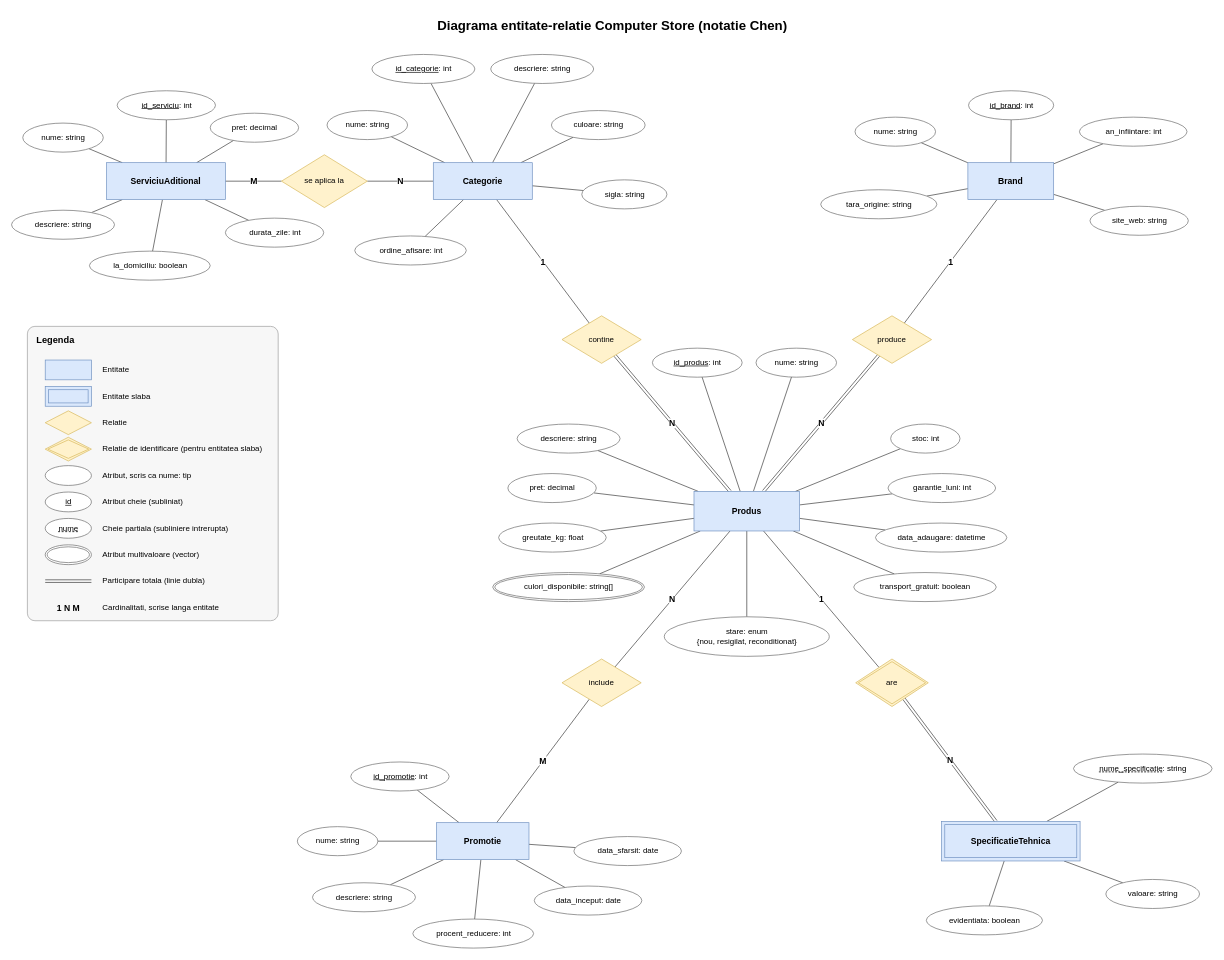
Earlier version of the draw.io diagram docs/diagrama_bd.drawio (antonio-grosu/computer-store-ecommerce). Source tidied: cells renumbered, new cells numbered last; positions are measured from the earlier drawing's top-left corner, leaving out a move shared by most shapes. Both pictures are drawn from the tidied source at 66%, with x=0, y=0 at pixel (11, 11).
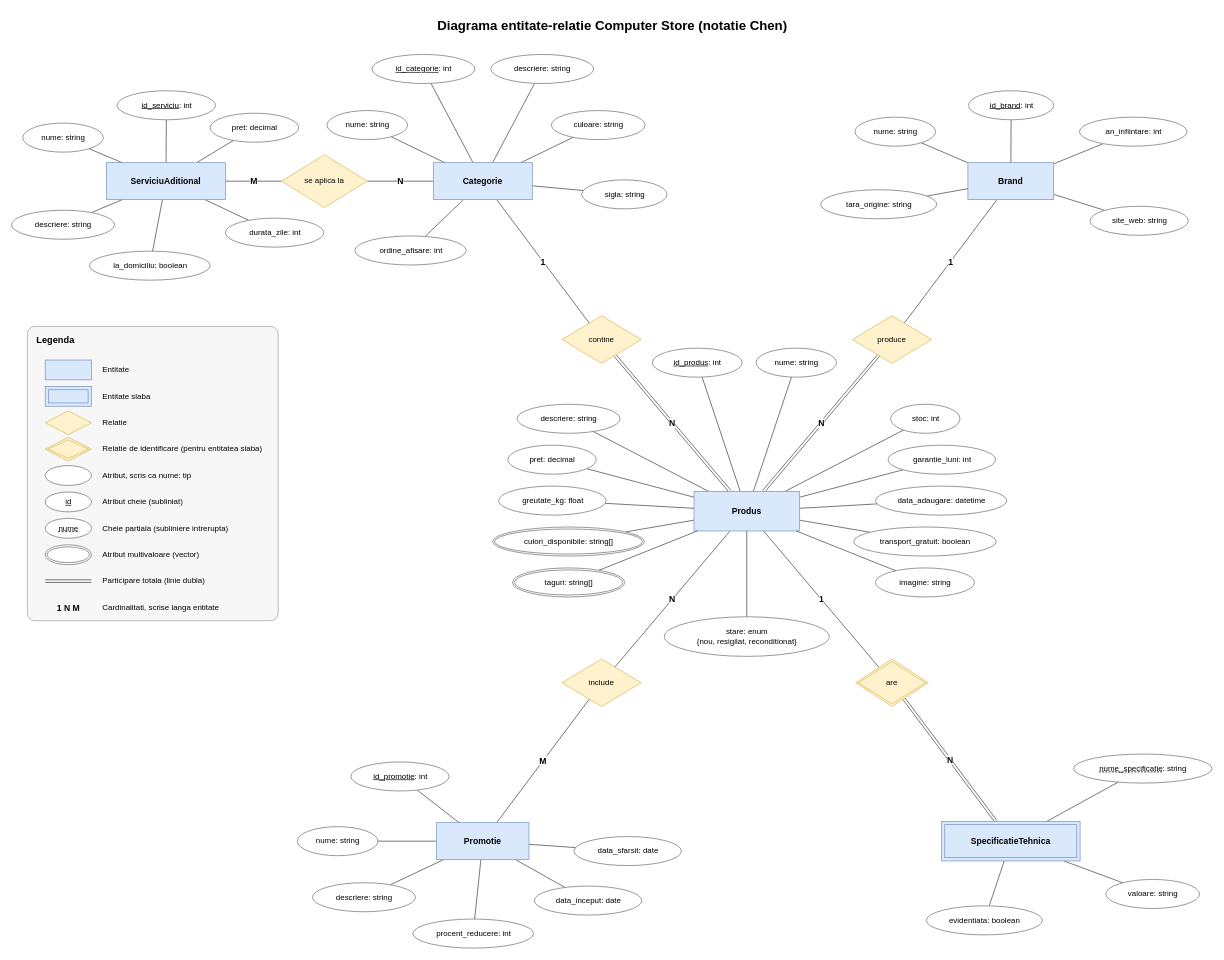
The same diagram, later.

Unchanged cells that the change refers to:
```xml
<mxCell id="54" value="Produs" style="rounded=0;whiteSpace=wrap;html=1;fontSize=12;fontFamily=Helvetica;fontStyle=1;fontSize=13;fillColor=#dae8fc;strokeColor=#6c8ebf;" parent="1" vertex="1">
  <mxGeometry x="1034" y="727" width="160" height="60" as="geometry" />
</mxCell>
```

Change to the diagram source:
```diff
@@
     <mxCell id="64" value="descriere: string" style="ellipse;html=1;fontSize=12;fontFamily=Helvetica;fillColor=#ffffff;strokeColor=#666666;" parent="1" vertex="1">
-      <mxGeometry x="766" y="625" width="156" height="44" as="geometry" />
+      <mxGeometry x="766" y="595" width="156" height="44" as="geometry" />
     </mxCell>
     <mxCell id="65" value="pret: decimal" style="ellipse;html=1;fontSize=12;fontFamily=Helvetica;fillColor=#ffffff;strokeColor=#666666;" parent="1" vertex="1">
-      <mxGeometry x="752" y="700" width="134" height="44" as="geometry" />
+      <mxGeometry x="752" y="657" width="134" height="44" as="geometry" />
     </mxCell>
     <mxCell id="66" value="greutate_kg: float" style="ellipse;html=1;fontSize=12;fontFamily=Helvetica;fillColor=#ffffff;strokeColor=#666666;" parent="1" vertex="1">
-      <mxGeometry x="738" y="775" width="163" height="44" as="geometry" />
+      <mxGeometry x="738" y="719" width="163" height="44" as="geometry" />
     </mxCell>
     <mxCell id="67" value="culori_disponibile: string[]" style="ellipse;shape=doubleEllipse;margin=3;html=1;fontSize=12;fontFamily=Helvetica;fillColor=#ffffff;strokeColor=#666666;" parent="1" vertex="1">
-      <mxGeometry x="729" y="850" width="230" height="44" as="geometry" />
+      <mxGeometry x="729" y="781" width="230" height="44" as="geometry" />
     </mxCell>
     <mxCell id="68" value="stoc: int" style="ellipse;html=1;fontSize=12;fontFamily=Helvetica;fillColor=#ffffff;strokeColor=#666666;" parent="1" vertex="1">
-      <mxGeometry x="1332" y="625" width="105" height="44" as="geometry" />
+      <mxGeometry x="1332" y="595" width="105" height="44" as="geometry" />
     </mxCell>
     <mxCell id="69" value="garantie_luni: int" style="ellipse;html=1;fontSize=12;fontFamily=Helvetica;fillColor=#ffffff;strokeColor=#666666;" parent="1" vertex="1">
-      <mxGeometry x="1328" y="700" width="163" height="44" as="geometry" />
+      <mxGeometry x="1328" y="657" width="163" height="44" as="geometry" />
     </mxCell>
     <mxCell id="70" value="data_adaugare: datetime" style="ellipse;html=1;fontSize=12;fontFamily=Helvetica;fillColor=#ffffff;strokeColor=#666666;" parent="1" vertex="1">
-      <mxGeometry x="1309" y="775" width="199" height="44" as="geometry" />
+      <mxGeometry x="1309" y="719" width="199" height="44" as="geometry" />
     </mxCell>
     <mxCell id="71" value="transport_gratuit: boolean" style="ellipse;html=1;fontSize=12;fontFamily=Helvetica;fillColor=#ffffff;strokeColor=#666666;" parent="1" vertex="1">
-      <mxGeometry x="1276" y="850" width="216" height="44" as="geometry" />
+      <mxGeometry x="1276" y="781" width="216" height="44" as="geometry" />
     </mxCell>
@@
+    <mxCell id="119" value="taguri: string[]" style="ellipse;shape=doubleEllipse;margin=3;html=1;fontSize=12;fontFamily=Helvetica;fillColor=#ffffff;strokeColor=#666666;" parent="1" vertex="1">
+      <mxGeometry x="759" y="843" width="170" height="44" as="geometry" />
+    </mxCell>
+    <mxCell id="120" value="imagine: string" style="ellipse;html=1;fontSize=12;fontFamily=Helvetica;fillColor=#ffffff;strokeColor=#666666;" parent="1" vertex="1">
+      <mxGeometry x="1309" y="843" width="150" height="44" as="geometry" />
+    </mxCell>
+    <mxCell id="121" style="endArrow=none;html=1;rounded=0;fontSize=13;fontStyle=1;labelBackgroundColor=#ffffff;strokeColor=#333333;" parent="1" edge="1" source="119" target="54">
+      <mxGeometry relative="1" as="geometry" />
+    </mxCell>
+    <mxCell id="122" style="endArrow=none;html=1;rounded=0;fontSize=13;fontStyle=1;labelBackgroundColor=#ffffff;strokeColor=#333333;" parent="1" edge="1" source="120" target="54">
+      <mxGeometry relative="1" as="geometry" />
+    </mxCell>
```
